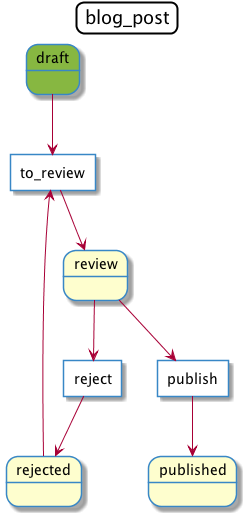
symfony/symfony-docs keeps this PlantUML diagram as _images/components/workflow/blogpost_puml.png. Above is the earlier version.
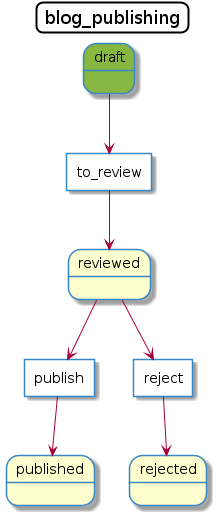
The same diagram one commit later.

Change to the diagram source:
```diff
@@ -1,6 +1,6 @@
 @startuml
 allow_mixing
-title blog_post
+title blog_publishing
 skinparam titleBorderRoundCorner 15
 skinparam titleBorderThickness 2
 skinparam state {
@@ -14,18 +14,17 @@
     BackgroundColor #ffffff
     BorderColor #3887C6
 }
-state draft <<initial>>
-state review
-state rejected
-state published
-agent to_review
-agent publish
-agent reject
-draft --> to_review
-to_review --> review
-rejected --> to_review
-review --> publish
-publish --> published
-review --> reject
-reject --> rejected
+state "draft" <<initial>>
+state "reviewed"
+state "rejected"
+state "published"
+agent "to_review"
+agent "publish"
+agent "reject"
+"draft" --> "to_review"
+"to_review" --> "reviewed"
+"reviewed" --> "publish"
+"publish" --> "published"
+"reviewed" --> "reject"
+"reject" --> "rejected"
 @enduml
```
